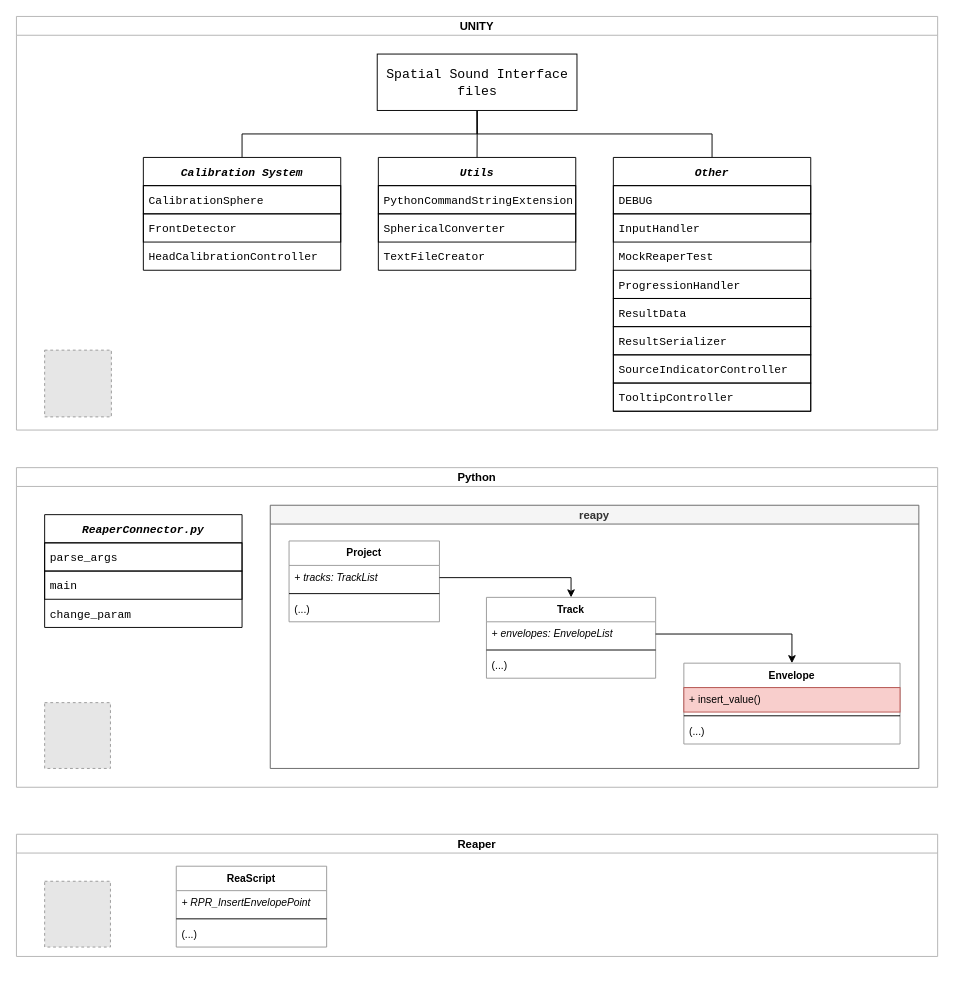
Above: Graphs/ReaperPython.drawio in odwrocsie/magisterka (draw.io), before the change. Source tidied: cells renumbered, new cells numbered last; positions are measured from the earlier drawing's top-left corner, leaving out a move shared by most shapes. Both pictures are drawn from the tidied source at 94%, with x=0, y=0 at pixel (16, 16). Pictures stored in the file or linked from it are replaced by grey dashed boxes.
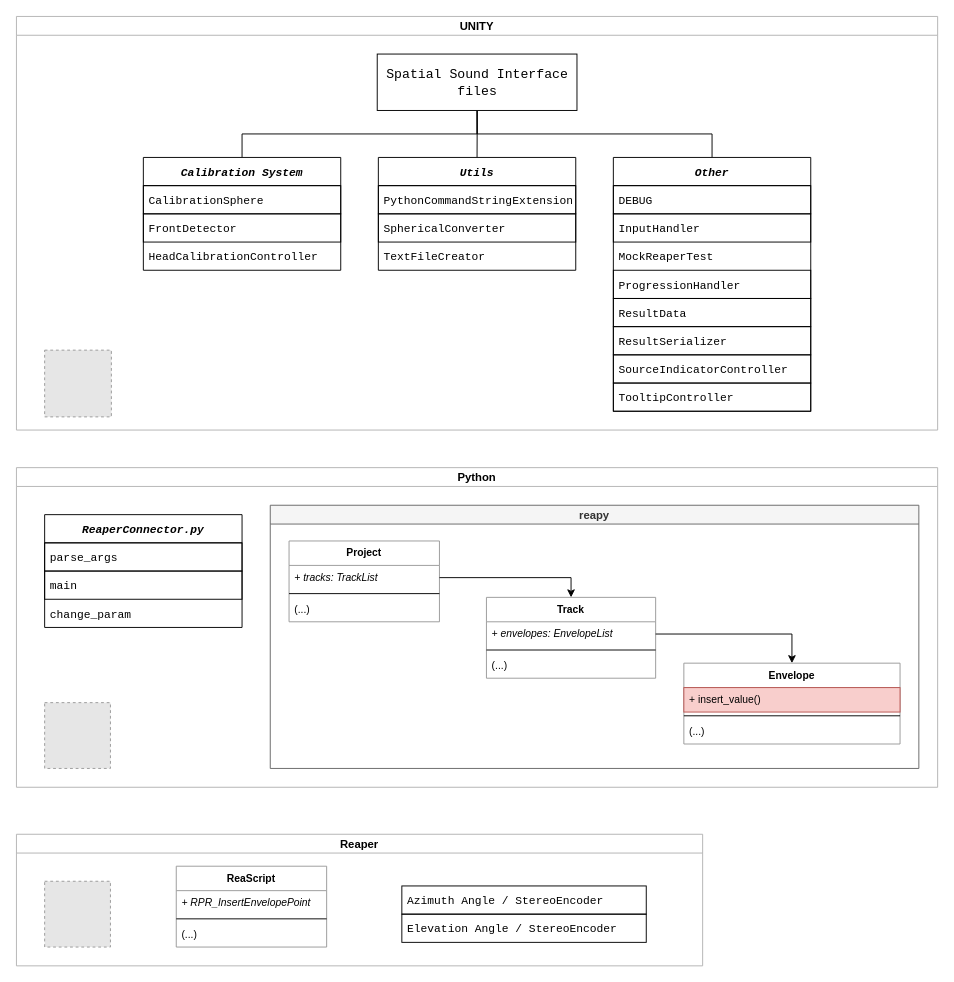
After the change.

Change to the diagram source:
```diff
@@
     <mxCell id="46" value="Reaper" style="swimlane;startSize=20;horizontal=1;containerType=tree;newEdgeStyle={&quot;edgeStyle&quot;:&quot;elbowEdgeStyle&quot;,&quot;startArrow&quot;:&quot;none&quot;,&quot;endArrow&quot;:&quot;none&quot;};strokeColor=#B3B3B3;" parent="1" vertex="1">
-      <mxGeometry y="870" width="980" height="130" as="geometry" />
+      <mxGeometry y="870" width="730" height="140" as="geometry" />
     </mxCell>
@@
+    <mxCell id="52" value="Azimuth Angle / StereoEncoder" style="text;strokeColor=default;fillColor=none;align=left;verticalAlign=middle;spacingLeft=4;spacingRight=4;overflow=hidden;fontFamily=Courier New;" parent="46" vertex="1">
+      <mxGeometry x="410" y="55" width="260" height="30" as="geometry" />
+    </mxCell>
+    <mxCell id="53" value="Elevation Angle / StereoEncoder" style="text;strokeColor=default;fillColor=none;align=left;verticalAlign=middle;spacingLeft=4;spacingRight=4;overflow=hidden;fontFamily=Courier New;" parent="46" vertex="1">
+      <mxGeometry x="410" y="85" width="260" height="30" as="geometry" />
+    </mxCell>
```
